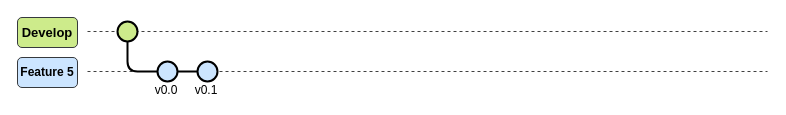
This is page "Feature5" (2 of 2) of 03_ImagenesRepo/01_GitFlow.drawio from LEOSZ8/Tesis_Msc_LSZ, a draw.io file, before an edit. Source tidied: cells renumbered, new cells numbered last; positions are measured from the earlier drawing's top-left corner, leaving out a move shared by most shapes. Both pictures are drawn from the tidied source at 100%, with x=0, y=0 at pixel (17, 17).
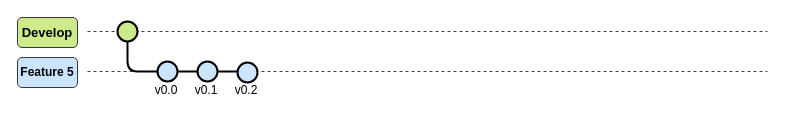
Above is the later version.

The edit, as a diff of the source:
```diff
@@
 <mxGraphModel>
   <root>
     <mxCell id="0" />
     <mxCell id="1" parent="0" />
     <mxCell id="2" style="endArrow=none;html=1;rounded=0;dashed=1;opacity=75;" parent="1" edge="1">
       <mxGeometry relative="1" as="geometry">
         <mxPoint x="70" y="14" as="sourcePoint" />
         <mxPoint x="750" y="14" as="targetPoint" />
       </mxGeometry>
     </mxCell>
     <mxCell id="3" style="endArrow=none;html=1;rounded=0;dashed=1;opacity=75;" parent="1" edge="1">
       <mxGeometry relative="1" as="geometry">
         <mxPoint x="70" y="54" as="sourcePoint" />
         <mxPoint x="750" y="54" as="targetPoint" />
       </mxGeometry>
     </mxCell>
     <mxCell id="4" value="&lt;b&gt;&lt;font style=&quot;font-size: 13px;&quot;&gt;Develop&lt;/font&gt;&lt;/b&gt;" style="rounded=1;whiteSpace=wrap;html=1;fillColor=#cdeb8b;strokeColor=#36393d;" parent="1" vertex="1">
       <mxGeometry width="60" height="30" as="geometry" />
     </mxCell>
     <mxCell id="5" value="&lt;b&gt;&lt;font&gt;Feature 5&lt;/font&gt;&lt;/b&gt;" style="rounded=1;whiteSpace=wrap;html=1;fillColor=#cce5ff;strokeColor=#36393d;" parent="1" vertex="1">
       <mxGeometry y="40" width="60" height="30" as="geometry" />
     </mxCell>
     <mxCell id="6" style="ellipse;whiteSpace=wrap;html=1;fillColor=#cdeb8b;strokeColor=#000000;strokeWidth=2;" parent="1" vertex="1">
       <mxGeometry x="100" y="4" width="20" height="20" as="geometry" />
     </mxCell>
     <mxCell id="7" style="edgeStyle=orthogonalEdgeStyle;rounded=1;jettySize=auto;html=1;curved=0;strokeWidth=2;endArrow=none;startFill=0;" parent="1" edge="1" source="9" target="6">
       <mxGeometry relative="1" as="geometry" />
     </mxCell>
     <mxCell id="8" style="edgeStyle=orthogonalEdgeStyle;rounded=0;jettySize=auto;html=1;endArrow=none;startFill=0;strokeWidth=2;" parent="1" edge="1" source="9" target="11">
       <mxGeometry relative="1" as="geometry" />
     </mxCell>
     <mxCell id="9" style="ellipse;whiteSpace=wrap;html=1;fillColor=#cce5ff;strokeColor=#000000;strokeWidth=2;" parent="1" vertex="1">
       <mxGeometry x="140" y="44" width="20" height="20" as="geometry" />
     </mxCell>
     <mxCell id="10" value="v0.0" style="text;html=1;align=center;verticalAlign=middle;whiteSpace=wrap;rounded=0;" parent="1" vertex="1">
       <mxGeometry x="134" y="67" width="30" height="12" as="geometry" />
     </mxCell>
+    <mxCell id="13" style="edgeStyle=orthogonalEdgeStyle;rounded=0;jettySize=auto;html=1;strokeWidth=2;endArrow=none;startFill=0;" parent="1" edge="1" source="11" target="14">
+      <mxGeometry relative="1" as="geometry" />
+    </mxCell>
     <mxCell id="11" style="ellipse;whiteSpace=wrap;html=1;fillColor=#cce5ff;strokeColor=#000000;strokeWidth=2;" parent="1" vertex="1">
       <mxGeometry x="180" y="44" width="20" height="20" as="geometry" />
     </mxCell>
     <mxCell id="12" value="v0.1" style="text;html=1;align=center;verticalAlign=middle;whiteSpace=wrap;rounded=0;" parent="1" vertex="1">
       <mxGeometry x="174" y="67" width="30" height="12" as="geometry" />
     </mxCell>
+    <mxCell id="14" style="ellipse;whiteSpace=wrap;html=1;fillColor=#cce5ff;strokeColor=#000000;strokeWidth=2;" parent="1" vertex="1">
+      <mxGeometry x="220" y="45" width="20" height="20" as="geometry" />
+    </mxCell>
+    <mxCell id="15" value="v0.2" style="text;html=1;align=center;verticalAlign=middle;whiteSpace=wrap;rounded=0;" parent="1" vertex="1">
+      <mxGeometry x="214" y="67" width="30" height="12" as="geometry" />
+    </mxCell>
   </root>
 </mxGraphModel>
```
